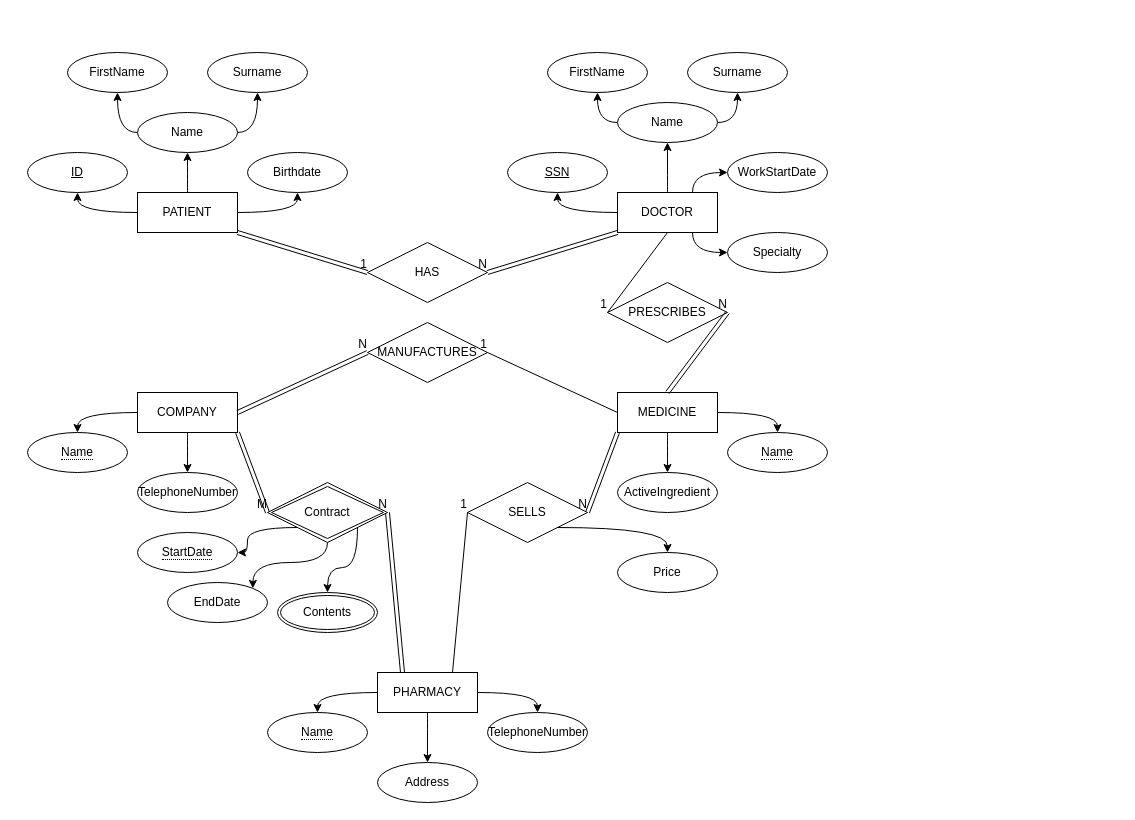
fullytanaka/UML-ER keeps this draw.io diagram as 4ccs1dbs - Week 2 - Lab 1.drawio. Above is the earlier version. Source tidied: cells renumbered, new cells numbered last; positions are measured from the earlier drawing's top-left corner, leaving out a move shared by most shapes. Both pictures are drawn from the tidied source at 100%, with x=0, y=0 at pixel (27, 52).
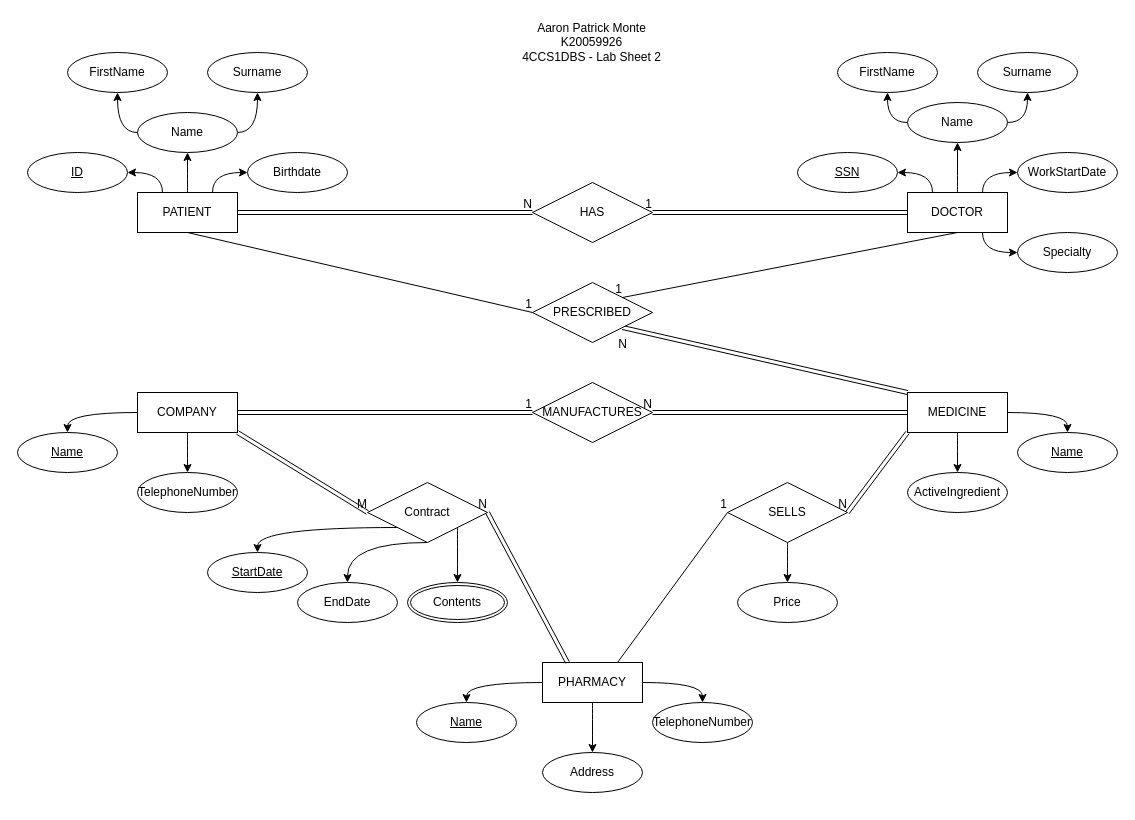
Above is the later version.

Unchanged cells that the change refers to:
```xml
<mxCell id="5" value="&lt;div&gt;PATIENT&lt;/div&gt;" style="whiteSpace=wrap;html=1;align=center;" parent="1" vertex="1">
  <mxGeometry x="110" y="140" width="100" height="40" as="geometry" />
</mxCell>
<mxCell id="13" value="COMPANY" style="whiteSpace=wrap;html=1;align=center;" parent="1" vertex="1">
  <mxGeometry x="110" y="340" width="100" height="40" as="geometry" />
</mxCell>
<mxCell id="24" value="&lt;div&gt;ID&lt;/div&gt;" style="ellipse;whiteSpace=wrap;html=1;align=center;fontStyle=4;" parent="1" vertex="1">
  <mxGeometry y="100" width="100" height="40" as="geometry" />
</mxCell>
<mxCell id="27" value="&lt;div&gt;Birthdate&lt;/div&gt;" style="ellipse;whiteSpace=wrap;html=1;align=center;" parent="1" vertex="1">
  <mxGeometry x="220" y="100" width="100" height="40" as="geometry" />
</mxCell>
<mxCell id="67" style="shape=link;html=1;rounded=0;exitX=1;exitY=0.5;exitDx=0;exitDy=0;entryX=0;entryY=0.5;entryDx=0;entryDy=0;" parent="1" edge="1" source="13" target="66">
  <mxGeometry relative="1" as="geometry" />
</mxCell>
```

Diff of the diagram source:
```diff
@@
-    <mxCell id="2" style="edgeStyle=orthogonalEdgeStyle;rounded=0;jettySize=auto;html=1;exitX=0;exitY=0.5;exitDx=0;exitDy=0;entryX=0.5;entryY=1;entryDx=0;entryDy=0;curved=1;" parent="1" edge="1" source="5" target="24">
+    <mxCell id="2" style="edgeStyle=orthogonalEdgeStyle;rounded=0;jettySize=auto;html=1;exitX=0.25;exitY=0;exitDx=0;exitDy=0;entryX=1;entryY=0.5;entryDx=0;entryDy=0;curved=1;" parent="1" edge="1" source="5" target="24">
       <mxGeometry relative="1" as="geometry" />
     </mxCell>
@@
-    <mxCell id="4" style="edgeStyle=orthogonalEdgeStyle;rounded=0;jettySize=auto;html=1;exitX=1;exitY=0.5;exitDx=0;exitDy=0;entryX=0.5;entryY=1;entryDx=0;entryDy=0;curved=1;" parent="1" edge="1" source="5" target="27">
+    <mxCell id="4" style="edgeStyle=orthogonalEdgeStyle;rounded=0;jettySize=auto;html=1;exitX=0.75;exitY=0;exitDx=0;exitDy=0;entryX=0;entryY=0.5;entryDx=0;entryDy=0;curved=1;" parent="1" edge="1" source="5" target="27">
       <mxGeometry relative="1" as="geometry" />
     </mxCell>
@@
-    <mxCell id="7" style="edgeStyle=orthogonalEdgeStyle;curved=1;rounded=0;jettySize=auto;html=1;exitX=0;exitY=0.5;exitDx=0;exitDy=0;entryX=0.5;entryY=1;entryDx=0;entryDy=0;" parent="1" edge="1" source="10" target="31">
+    <mxCell id="7" style="edgeStyle=orthogonalEdgeStyle;curved=1;rounded=0;jettySize=auto;html=1;exitX=0.25;exitY=0;exitDx=0;exitDy=0;entryX=1;entryY=0.5;entryDx=0;entryDy=0;" parent="1" edge="1" source="10" target="31">
       <mxGeometry relative="1" as="geometry" />
     </mxCell>
@@
     <mxCell id="10" value="DOCTOR" style="whiteSpace=wrap;html=1;align=center;" parent="1" vertex="1">
-      <mxGeometry x="590" y="140" width="100" height="40" as="geometry" />
+      <mxGeometry x="880" y="140" width="100" height="40" as="geometry" />
     </mxCell>
@@
-    <mxCell id="12" style="edgeStyle=orthogonalEdgeStyle;curved=1;rounded=0;jettySize=auto;html=1;exitX=0;exitY=0.5;exitDx=0;exitDy=0;entryX=0.5;entryY=0;entryDx=0;entryDy=0;" parent="1" edge="1" source="13" target="37">
+    <mxCell id="12" style="edgeStyle=orthogonalEdgeStyle;curved=1;rounded=0;jettySize=auto;html=1;exitX=0;exitY=0.5;exitDx=0;exitDy=0;entryX=0.5;entryY=0;entryDx=0;entryDy=0;" parent="1" edge="1" source="13" target="82">
       <mxGeometry relative="1" as="geometry" />
     </mxCell>
@@
-    <mxCell id="14" style="edgeStyle=orthogonalEdgeStyle;curved=1;rounded=0;jettySize=auto;html=1;exitX=1;exitY=0.5;exitDx=0;exitDy=0;entryX=0.5;entryY=0;entryDx=0;entryDy=0;" parent="1" edge="1" source="16" target="38">
+    <mxCell id="14" style="edgeStyle=orthogonalEdgeStyle;curved=1;rounded=0;jettySize=auto;html=1;exitX=1;exitY=0.5;exitDx=0;exitDy=0;entryX=0.5;entryY=0;entryDx=0;entryDy=0;" parent="1" edge="1" source="16" target="84">
       <mxGeometry relative="1" as="geometry" />
     </mxCell>
@@
     <mxCell id="16" value="MEDICINE" style="whiteSpace=wrap;html=1;align=center;" parent="1" vertex="1">
-      <mxGeometry x="590" y="340" width="100" height="40" as="geometry" />
+      <mxGeometry x="880" y="340" width="100" height="40" as="geometry" />
     </mxCell>
-    <mxCell id="17" style="edgeStyle=orthogonalEdgeStyle;curved=1;rounded=0;jettySize=auto;html=1;exitX=0;exitY=0.5;exitDx=0;exitDy=0;entryX=0.5;entryY=0;entryDx=0;entryDy=0;" parent="1" edge="1" source="20" target="40">
+    <mxCell id="17" style="edgeStyle=orthogonalEdgeStyle;curved=1;rounded=0;jettySize=auto;html=1;exitX=0;exitY=0.5;exitDx=0;exitDy=0;entryX=0.5;entryY=0;entryDx=0;entryDy=0;" parent="1" edge="1" source="20" target="83">
       <mxGeometry relative="1" as="geometry" />
     </mxCell>
@@
     <mxCell id="20" value="PHARMACY" style="whiteSpace=wrap;html=1;align=center;" parent="1" vertex="1">
-      <mxGeometry x="350" y="620" width="100" height="40" as="geometry" />
+      <mxGeometry x="515" y="610" width="100" height="40" as="geometry" />
     </mxCell>
@@
     <mxCell id="30" value="&lt;div&gt;Name&lt;/div&gt;" style="ellipse;whiteSpace=wrap;html=1;align=center;" parent="1" vertex="1">
-      <mxGeometry x="590" y="50" width="100" height="40" as="geometry" />
+      <mxGeometry x="880" y="50" width="100" height="40" as="geometry" />
     </mxCell>
     <mxCell id="31" value="SSN" style="ellipse;whiteSpace=wrap;html=1;align=center;fontStyle=4;" parent="1" vertex="1">
-      <mxGeometry x="480" y="100" width="100" height="40" as="geometry" />
+      <mxGeometry x="770" y="100" width="100" height="40" as="geometry" />
     </mxCell>
     <mxCell id="32" value="WorkStartDate" style="ellipse;whiteSpace=wrap;html=1;align=center;" parent="1" vertex="1">
-      <mxGeometry x="700" y="100" width="100" height="40" as="geometry" />
+      <mxGeometry x="990" y="100" width="100" height="40" as="geometry" />
     </mxCell>
     <mxCell id="33" value="Specialty" style="ellipse;whiteSpace=wrap;html=1;align=center;" parent="1" vertex="1">
-      <mxGeometry x="700" y="180" width="100" height="40" as="geometry" />
+      <mxGeometry x="990" y="180" width="100" height="40" as="geometry" />
     </mxCell>
     <mxCell id="34" value="FirstName" style="ellipse;whiteSpace=wrap;html=1;align=center;" parent="1" vertex="1">
-      <mxGeometry x="520" width="100" height="40" as="geometry" />
+      <mxGeometry x="810" width="100" height="40" as="geometry" />
     </mxCell>
     <mxCell id="35" value="Surname" style="ellipse;whiteSpace=wrap;html=1;align=center;" parent="1" vertex="1">
-      <mxGeometry x="660" width="100" height="40" as="geometry" />
+      <mxGeometry x="950" width="100" height="40" as="geometry" />
     </mxCell>
@@
-    <mxCell id="37" value="&lt;span style=&quot;border-bottom: 1px dotted&quot;&gt;Name&lt;/span&gt;" style="ellipse;whiteSpace=wrap;html=1;align=center;" parent="1" vertex="1">
-      <mxGeometry y="380" width="100" height="40" as="geometry" />
-    </mxCell>
-    <mxCell id="38" value="&lt;span style=&quot;border-bottom: 1px dotted&quot;&gt;Name&lt;/span&gt;" style="ellipse;whiteSpace=wrap;html=1;align=center;" parent="1" vertex="1">
-      <mxGeometry x="700" y="380" width="100" height="40" as="geometry" />
-    </mxCell>
     <mxCell id="39" value="ActiveIngredient" style="ellipse;whiteSpace=wrap;html=1;align=center;" parent="1" vertex="1">
-      <mxGeometry x="590" y="420" width="100" height="40" as="geometry" />
+      <mxGeometry x="880" y="420" width="100" height="40" as="geometry" />
     </mxCell>
-    <mxCell id="40" value="&lt;span style=&quot;border-bottom: 1px dotted&quot;&gt;Name&lt;/span&gt;" style="ellipse;whiteSpace=wrap;html=1;align=center;" parent="1" vertex="1">
-      <mxGeometry x="240" y="660" width="100" height="40" as="geometry" />
-    </mxCell>
     <mxCell id="41" value="Address" style="ellipse;whiteSpace=wrap;html=1;align=center;" parent="1" vertex="1">
-      <mxGeometry x="350" y="710" width="100" height="40" as="geometry" />
+      <mxGeometry x="515" y="700" width="100" height="40" as="geometry" />
     </mxCell>
     <mxCell id="42" value="TelephoneNumber" style="ellipse;whiteSpace=wrap;html=1;align=center;" parent="1" vertex="1">
-      <mxGeometry x="460" y="660" width="100" height="40" as="geometry" />
+      <mxGeometry x="625" y="650" width="100" height="40" as="geometry" />
     </mxCell>
     <mxCell id="43" value="HAS" style="shape=rhombus;perimeter=rhombusPerimeter;whiteSpace=wrap;html=1;align=center;" parent="1" vertex="1">
-      <mxGeometry x="340" y="190" width="120" height="60" as="geometry" />
+      <mxGeometry x="505" y="130" width="120" height="60" as="geometry" />
     </mxCell>
-    <mxCell id="44" value="PRESCRIBES" style="shape=rhombus;perimeter=rhombusPerimeter;whiteSpace=wrap;html=1;align=center;" parent="1" vertex="1">
-      <mxGeometry x="580" y="230" width="120" height="60" as="geometry" />
-    </mxCell>
-    <mxCell id="45" style="shape=link;html=1;rounded=0;exitX=1;exitY=1;exitDx=0;exitDy=0;entryX=0;entryY=0.5;entryDx=0;entryDy=0;" parent="1" edge="1" source="5" target="43">
+    <mxCell id="45" style="shape=link;html=1;rounded=0;exitX=1;exitY=0.5;exitDx=0;exitDy=0;entryX=0;entryY=0.5;entryDx=0;entryDy=0;" parent="1" edge="1" source="5" target="43">
       <mxGeometry relative="1" as="geometry" />
     </mxCell>
-    <mxCell id="46" value="1" style="html=1;align=right;verticalAlign=bottom;" parent="45" vertex="1">
+    <mxCell id="46" value="N" style="html=1;align=right;verticalAlign=bottom;" parent="45" vertex="1">
       <mxGeometry x="1" relative="1" as="geometry" />
     </mxCell>
-    <mxCell id="47" style="shape=link;html=1;rounded=0;exitX=0;exitY=1;exitDx=0;exitDy=0;entryX=1;entryY=0.5;entryDx=0;entryDy=0;" parent="1" edge="1" source="10" target="43">
+    <mxCell id="47" style="shape=link;html=1;rounded=0;exitX=0;exitY=0.5;exitDx=0;exitDy=0;entryX=1;entryY=0.5;entryDx=0;entryDy=0;" parent="1" edge="1" source="10" target="43">
       <mxGeometry relative="1" as="geometry" />
     </mxCell>
-    <mxCell id="48" value="N" style="html=1;align=right;verticalAlign=bottom;" parent="47" vertex="1">
+    <mxCell id="48" value="1" style="html=1;align=right;verticalAlign=bottom;" parent="47" vertex="1">
       <mxGeometry x="1" relative="1" as="geometry" />
     </mxCell>
-    <mxCell id="49" style="endArrow=none;html=1;rounded=0;exitX=0.5;exitY=1;exitDx=0;exitDy=0;entryX=0;entryY=0.5;entryDx=0;entryDy=0;" parent="1" edge="1" source="10" target="44">
+    <mxCell id="49" style="endArrow=none;html=1;rounded=0;exitX=0.5;exitY=1;exitDx=0;exitDy=0;entryX=1;entryY=0;entryDx=0;entryDy=0;" parent="1" edge="1" source="10" target="78">
       <mxGeometry relative="1" as="geometry" />
     </mxCell>
@@
-    <mxCell id="51" style="edgeStyle=orthogonalEdgeStyle;curved=1;rounded=0;jettySize=auto;html=1;exitX=1;exitY=1;exitDx=0;exitDy=0;entryX=0.5;entryY=0;entryDx=0;entryDy=0;" parent="1" edge="1" source="52" target="59">
+    <mxCell id="51" style="edgeStyle=orthogonalEdgeStyle;curved=1;rounded=0;jettySize=auto;html=1;exitX=0.5;exitY=1;exitDx=0;exitDy=0;entryX=0.5;entryY=0;entryDx=0;entryDy=0;" parent="1" edge="1" source="52" target="59">
       <mxGeometry relative="1" as="geometry" />
     </mxCell>
     <mxCell id="52" value="SELLS" style="shape=rhombus;perimeter=rhombusPerimeter;whiteSpace=wrap;html=1;align=center;" parent="1" vertex="1">
-      <mxGeometry x="440" y="430" width="120" height="60" as="geometry" />
+      <mxGeometry x="700" y="430" width="120" height="60" as="geometry" />
     </mxCell>
@@
-    <mxCell id="55" style="shape=link;html=1;rounded=0;exitX=0.5;exitY=0;exitDx=0;exitDy=0;entryX=1;entryY=0.5;entryDx=0;entryDy=0;" parent="1" edge="1" source="16" target="44">
+    <mxCell id="55" style="shape=link;html=1;rounded=0;exitX=0;exitY=0;exitDx=0;exitDy=0;entryX=1;entryY=1;entryDx=0;entryDy=0;" parent="1" edge="1" source="16" target="78">
       <mxGeometry relative="1" as="geometry" />
     </mxCell>
     <mxCell id="56" value="N" style="html=1;align=right;verticalAlign=bottom;" parent="55" vertex="1">
-      <mxGeometry x="1" relative="1" as="geometry" />
+      <mxGeometry x="1" relative="1" as="geometry">
+        <mxPoint x="4.4" y="25" as="offset" />
+      </mxGeometry>
     </mxCell>
@@
     <mxCell id="59" value="Price" style="ellipse;whiteSpace=wrap;html=1;align=center;" parent="1" vertex="1">
-      <mxGeometry x="590" y="500" width="100" height="40" as="geometry" />
+      <mxGeometry x="710" y="530" width="100" height="40" as="geometry" />
     </mxCell>
-    <mxCell id="60" style="shape=link;html=1;rounded=0;exitX=1;exitY=1;exitDx=0;exitDy=0;entryX=0;entryY=0.5;entryDx=0;entryDy=0;" parent="1" edge="1" source="13" target="77">
-      <mxGeometry relative="1" as="geometry" />
+    <mxCell id="60" style="shape=link;html=1;rounded=0;exitX=1;exitY=1;exitDx=0;exitDy=0;entryX=0;entryY=0.5;entryDx=0;entryDy=0;" parent="1" edge="1" source="13">
+      <mxGeometry relative="1" as="geometry">
+        <mxPoint x="340" y="460" as="targetPoint" />
+      </mxGeometry>
     </mxCell>
@@
-    <mxCell id="63" style="shape=link;html=1;rounded=0;exitX=0.25;exitY=0;exitDx=0;exitDy=0;entryX=1;entryY=0.5;entryDx=0;entryDy=0;" parent="1" edge="1" source="20" target="77">
-      <mxGeometry relative="1" as="geometry" />
+    <mxCell id="63" style="shape=link;html=1;rounded=0;exitX=0.25;exitY=0;exitDx=0;exitDy=0;entryX=1;entryY=0.5;entryDx=0;entryDy=0;" parent="1" edge="1" source="20">
+      <mxGeometry relative="1" as="geometry">
+        <mxPoint x="460" y="460" as="targetPoint" />
+      </mxGeometry>
     </mxCell>
@@
     <mxCell id="66" value="MANUFACTURES" style="shape=rhombus;perimeter=rhombusPerimeter;whiteSpace=wrap;html=1;align=center;" parent="1" vertex="1">
-      <mxGeometry x="340" y="270" width="120" height="60" as="geometry" />
+      <mxGeometry x="505" y="330" width="120" height="60" as="geometry" />
     </mxCell>
@@
-    <mxCell id="68" value="N" style="html=1;align=right;verticalAlign=bottom;" parent="67" vertex="1">
+    <mxCell id="68" value="1" style="html=1;align=right;verticalAlign=bottom;" parent="67" vertex="1">
       <mxGeometry x="1" relative="1" as="geometry" />
     </mxCell>
-    <mxCell id="69" style="endArrow=none;html=1;rounded=0;exitX=0;exitY=0.5;exitDx=0;exitDy=0;entryX=1;entryY=0.5;entryDx=0;entryDy=0;" parent="1" edge="1" source="16" target="66">
-      <mxGeometry relative="1" as="geometry" />
-    </mxCell>
-    <mxCell id="70" value="1" style="html=1;align=right;verticalAlign=bottom;" parent="69" vertex="1">
-      <mxGeometry x="1" relative="1" as="geometry" />
-    </mxCell>
     <mxCell id="71" value="Contents" style="ellipse;shape=doubleEllipse;margin=3;whiteSpace=wrap;html=1;align=center;" parent="1" vertex="1">
-      <mxGeometry x="250" y="540" width="100" height="40" as="geometry" />
+      <mxGeometry x="380" y="530" width="100" height="40" as="geometry" />
     </mxCell>
-    <mxCell id="72" value="&lt;span style=&quot;border-bottom: 1px dotted&quot;&gt;StartDate&lt;br&gt;&lt;/span&gt;" style="ellipse;whiteSpace=wrap;html=1;align=center;" parent="1" vertex="1">
-      <mxGeometry x="110" y="480" width="100" height="40" as="geometry" />
-    </mxCell>
     <mxCell id="73" value="EndDate" style="ellipse;whiteSpace=wrap;html=1;align=center;" parent="1" vertex="1">
-      <mxGeometry x="140" y="530" width="100" height="40" as="geometry" />
+      <mxGeometry x="270" y="530" width="100" height="40" as="geometry" />
     </mxCell>
-    <mxCell id="74" style="edgeStyle=orthogonalEdgeStyle;curved=1;rounded=0;jettySize=auto;html=1;exitX=0;exitY=1;exitDx=0;exitDy=0;entryX=1;entryY=0.5;entryDx=0;entryDy=0;" parent="1" edge="1" source="77" target="72">
+    <mxCell id="74" style="edgeStyle=orthogonalEdgeStyle;curved=1;rounded=0;jettySize=auto;html=1;exitX=0;exitY=1;exitDx=0;exitDy=0;entryX=0.5;entryY=0;entryDx=0;entryDy=0;" parent="1" edge="1" source="77" target="72">
       <mxGeometry relative="1" as="geometry" />
     </mxCell>
-    <mxCell id="75" style="edgeStyle=orthogonalEdgeStyle;curved=1;rounded=0;jettySize=auto;html=1;exitX=0.5;exitY=1;exitDx=0;exitDy=0;entryX=1;entryY=0;entryDx=0;entryDy=0;" parent="1" edge="1" source="77" target="73">
-      <mxGeometry relative="1" as="geometry" />
+    <mxCell id="75" style="edgeStyle=orthogonalEdgeStyle;curved=1;rounded=0;jettySize=auto;html=1;entryX=0.5;entryY=0;entryDx=0;entryDy=0;" parent="1" edge="1" target="73">
+      <mxGeometry relative="1" as="geometry">
+        <mxPoint x="400" y="490" as="sourcePoint" />
+        <Array as="points">
+          <mxPoint x="320" y="490" />
+        </Array>
+      </mxGeometry>
     </mxCell>
@@
+    <mxCell id="78" value="&lt;div&gt;PRESCRIBED&lt;/div&gt;" style="shape=rhombus;perimeter=rhombusPerimeter;whiteSpace=wrap;html=1;align=center;" parent="1" vertex="1">
+      <mxGeometry x="505" y="230" width="120" height="60" as="geometry" />
+    </mxCell>
+    <mxCell id="79" style="endArrow=none;html=1;rounded=0;exitX=0.5;exitY=1;exitDx=0;exitDy=0;entryX=0;entryY=0.5;entryDx=0;entryDy=0;" parent="1" edge="1" source="5" target="78">
+      <mxGeometry relative="1" as="geometry" />
+    </mxCell>
+    <mxCell id="70" value="1" style="html=1;align=right;verticalAlign=bottom;" parent="79" vertex="1">
+      <mxGeometry x="1" relative="1" as="geometry" />
+    </mxCell>
-    <mxCell id="77" value="Contract" style="shape=rhombus;double=1;perimeter=rhombusPerimeter;whiteSpace=wrap;html=1;align=center;" parent="1" vertex="1">
-      <mxGeometry x="240" y="430" width="120" height="60" as="geometry" />
+    <mxCell id="77" value="&lt;div&gt;Contract&lt;/div&gt;" style="shape=rhombus;perimeter=rhombusPerimeter;whiteSpace=wrap;html=1;align=center;" parent="1" vertex="1">
+      <mxGeometry x="340" y="430" width="120" height="60" as="geometry" />
     </mxCell>
+    <mxCell id="80" value="&lt;div align=&quot;center&quot;&gt;Aaron Patrick Monte&lt;/div&gt;&lt;div align=&quot;center&quot;&gt;K20059926&lt;/div&gt;&lt;div align=&quot;center&quot;&gt;4CCS1DBS - Lab Sheet 2&lt;br&gt;&lt;/div&gt;" style="text;html=1;align=center;verticalAlign=middle;" parent="1" vertex="1">
+      <mxGeometry x="489" y="-35" width="150" height="50" as="geometry" />
+    </mxCell>
+    <mxCell id="69" style="shape=link;html=1;rounded=0;exitX=0;exitY=0.5;exitDx=0;exitDy=0;entryX=1;entryY=0.5;entryDx=0;entryDy=0;" parent="1" edge="1" source="16" target="66">
+      <mxGeometry relative="1" as="geometry" />
+    </mxCell>
+    <mxCell id="81" value="N" style="html=1;align=right;verticalAlign=bottom;" parent="69" vertex="1">
+      <mxGeometry x="1" relative="1" as="geometry" />
+    </mxCell>
+    <mxCell id="82" value="Name" style="ellipse;whiteSpace=wrap;html=1;align=center;fontStyle=4;" parent="1" vertex="1">
+      <mxGeometry x="-10" y="380" width="100" height="40" as="geometry" />
+    </mxCell>
+    <mxCell id="83" value="Name" style="ellipse;whiteSpace=wrap;html=1;align=center;fontStyle=4;" parent="1" vertex="1">
+      <mxGeometry x="389" y="650" width="100" height="40" as="geometry" />
+    </mxCell>
+    <mxCell id="72" value="StartDate" style="ellipse;whiteSpace=wrap;html=1;align=center;fontStyle=4;" parent="1" vertex="1">
+      <mxGeometry x="180" y="500" width="100" height="40" as="geometry" />
+    </mxCell>
+    <mxCell id="84" value="&lt;div&gt;Name&lt;/div&gt;" style="ellipse;whiteSpace=wrap;html=1;align=center;fontStyle=4;" parent="1" vertex="1">
+      <mxGeometry x="990" y="380" width="100" height="40" as="geometry" />
+    </mxCell>
```
